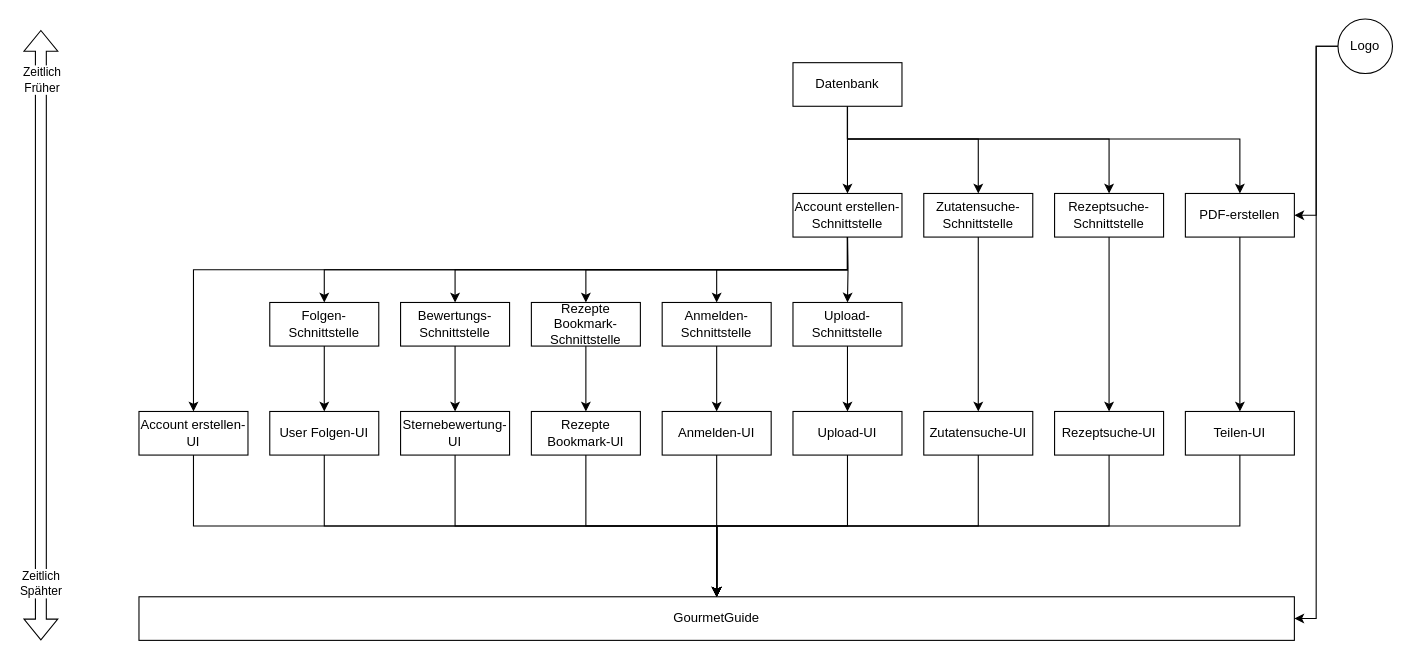
Earlier version of the draw.io diagram Produktflussdiagramm.drawio (Software-Engineering-I-HWR/GourmetGuide). Source tidied: cells renumbered, new cells numbered last; positions are measured from the earlier drawing's top-left corner, leaving out a move shared by most shapes. Both pictures are drawn from the tidied source at 109%, with x=0, y=0 at pixel (40, 19).
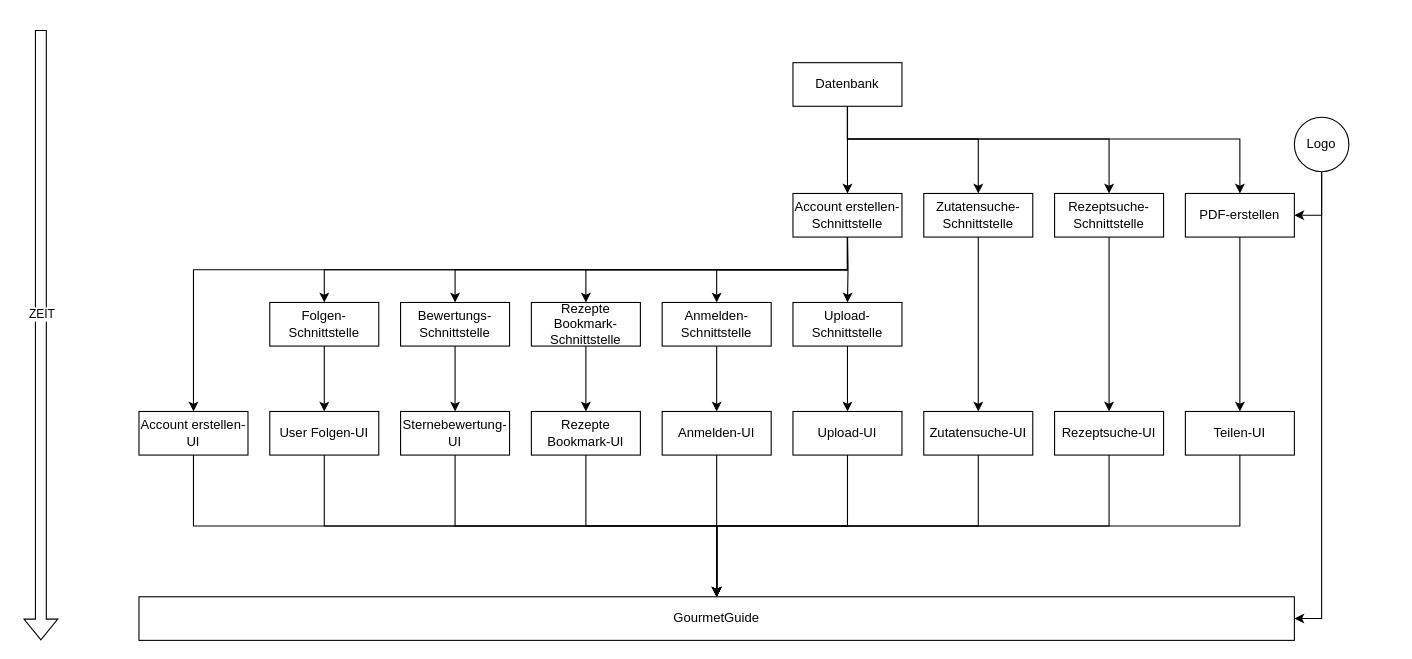
The same diagram, later.

Unchanged cells that the change refers to:
```xml
<mxCell id="2" value="GourmetGuide" style="rounded=0;whiteSpace=wrap;html=1;" parent="1" vertex="1">
  <mxGeometry x="90" y="530" width="1060" height="40" as="geometry" />
</mxCell>
```

Diff of the diagram source:
```diff
@@
+    <mxCell id="55" style="edgeStyle=orthogonalEdgeStyle;rounded=0;jettySize=auto;html=1;exitX=1;exitY=0.5;exitDx=0;exitDy=0;entryX=0.5;entryY=1;entryDx=0;entryDy=0;endArrow=none;endFill=0;startArrow=classic;startFill=1;" parent="1" edge="1" source="2" target="9">
+      <mxGeometry relative="1" as="geometry" />
+    </mxCell>
@@
-    <mxCell id="8" style="edgeStyle=orthogonalEdgeStyle;rounded=0;jettySize=auto;html=1;entryX=1;entryY=0.5;entryDx=0;entryDy=0;" parent="1" edge="1" source="9" target="2">
-      <mxGeometry relative="1" as="geometry" />
-    </mxCell>
     <mxCell id="9" value="Logo" style="ellipse;whiteSpace=wrap;html=1;" parent="1" vertex="1">
-      <mxGeometry x="1190" width="50" height="50" as="geometry" />
+      <mxGeometry x="1150" y="90" width="50" height="50" as="geometry" />
     </mxCell>
@@
-    <mxCell id="52" style="shape=flexArrow;endArrow=classic;startArrow=classic;html=1;rounded=0;" parent="1" edge="1">
+    <mxCell id="52" style="shape=flexArrow;endArrow=none;startArrow=block;html=1;rounded=0;startFill=0;endFill=0;" parent="1" edge="1">
       <mxGeometry relative="1" as="geometry">
         <mxPoint y="570" as="sourcePoint" />
         <mxPoint y="10" as="targetPoint" />
       </mxGeometry>
     </mxCell>
-    <mxCell id="53" value="Zeitlich&lt;br&gt;Früher" style="edgeLabel;html=1;align=center;verticalAlign=middle;" parent="52" vertex="1">
-      <mxGeometry x="0.84" relative="1" as="geometry" />
-    </mxCell>
-    <mxCell id="54" value="Zeitlich&lt;br&gt;Spähter" style="edgeLabel;html=1;align=center;verticalAlign=middle;" parent="52" vertex="1">
-      <mxGeometry x="-0.81" y="1" relative="1" as="geometry" />
-    </mxCell>
+    <mxCell id="56" value="ZEIT" style="edgeLabel;html=1;align=center;verticalAlign=middle;" parent="52" vertex="1">
+      <mxGeometry x="0.07" relative="1" as="geometry" />
+    </mxCell>
```
